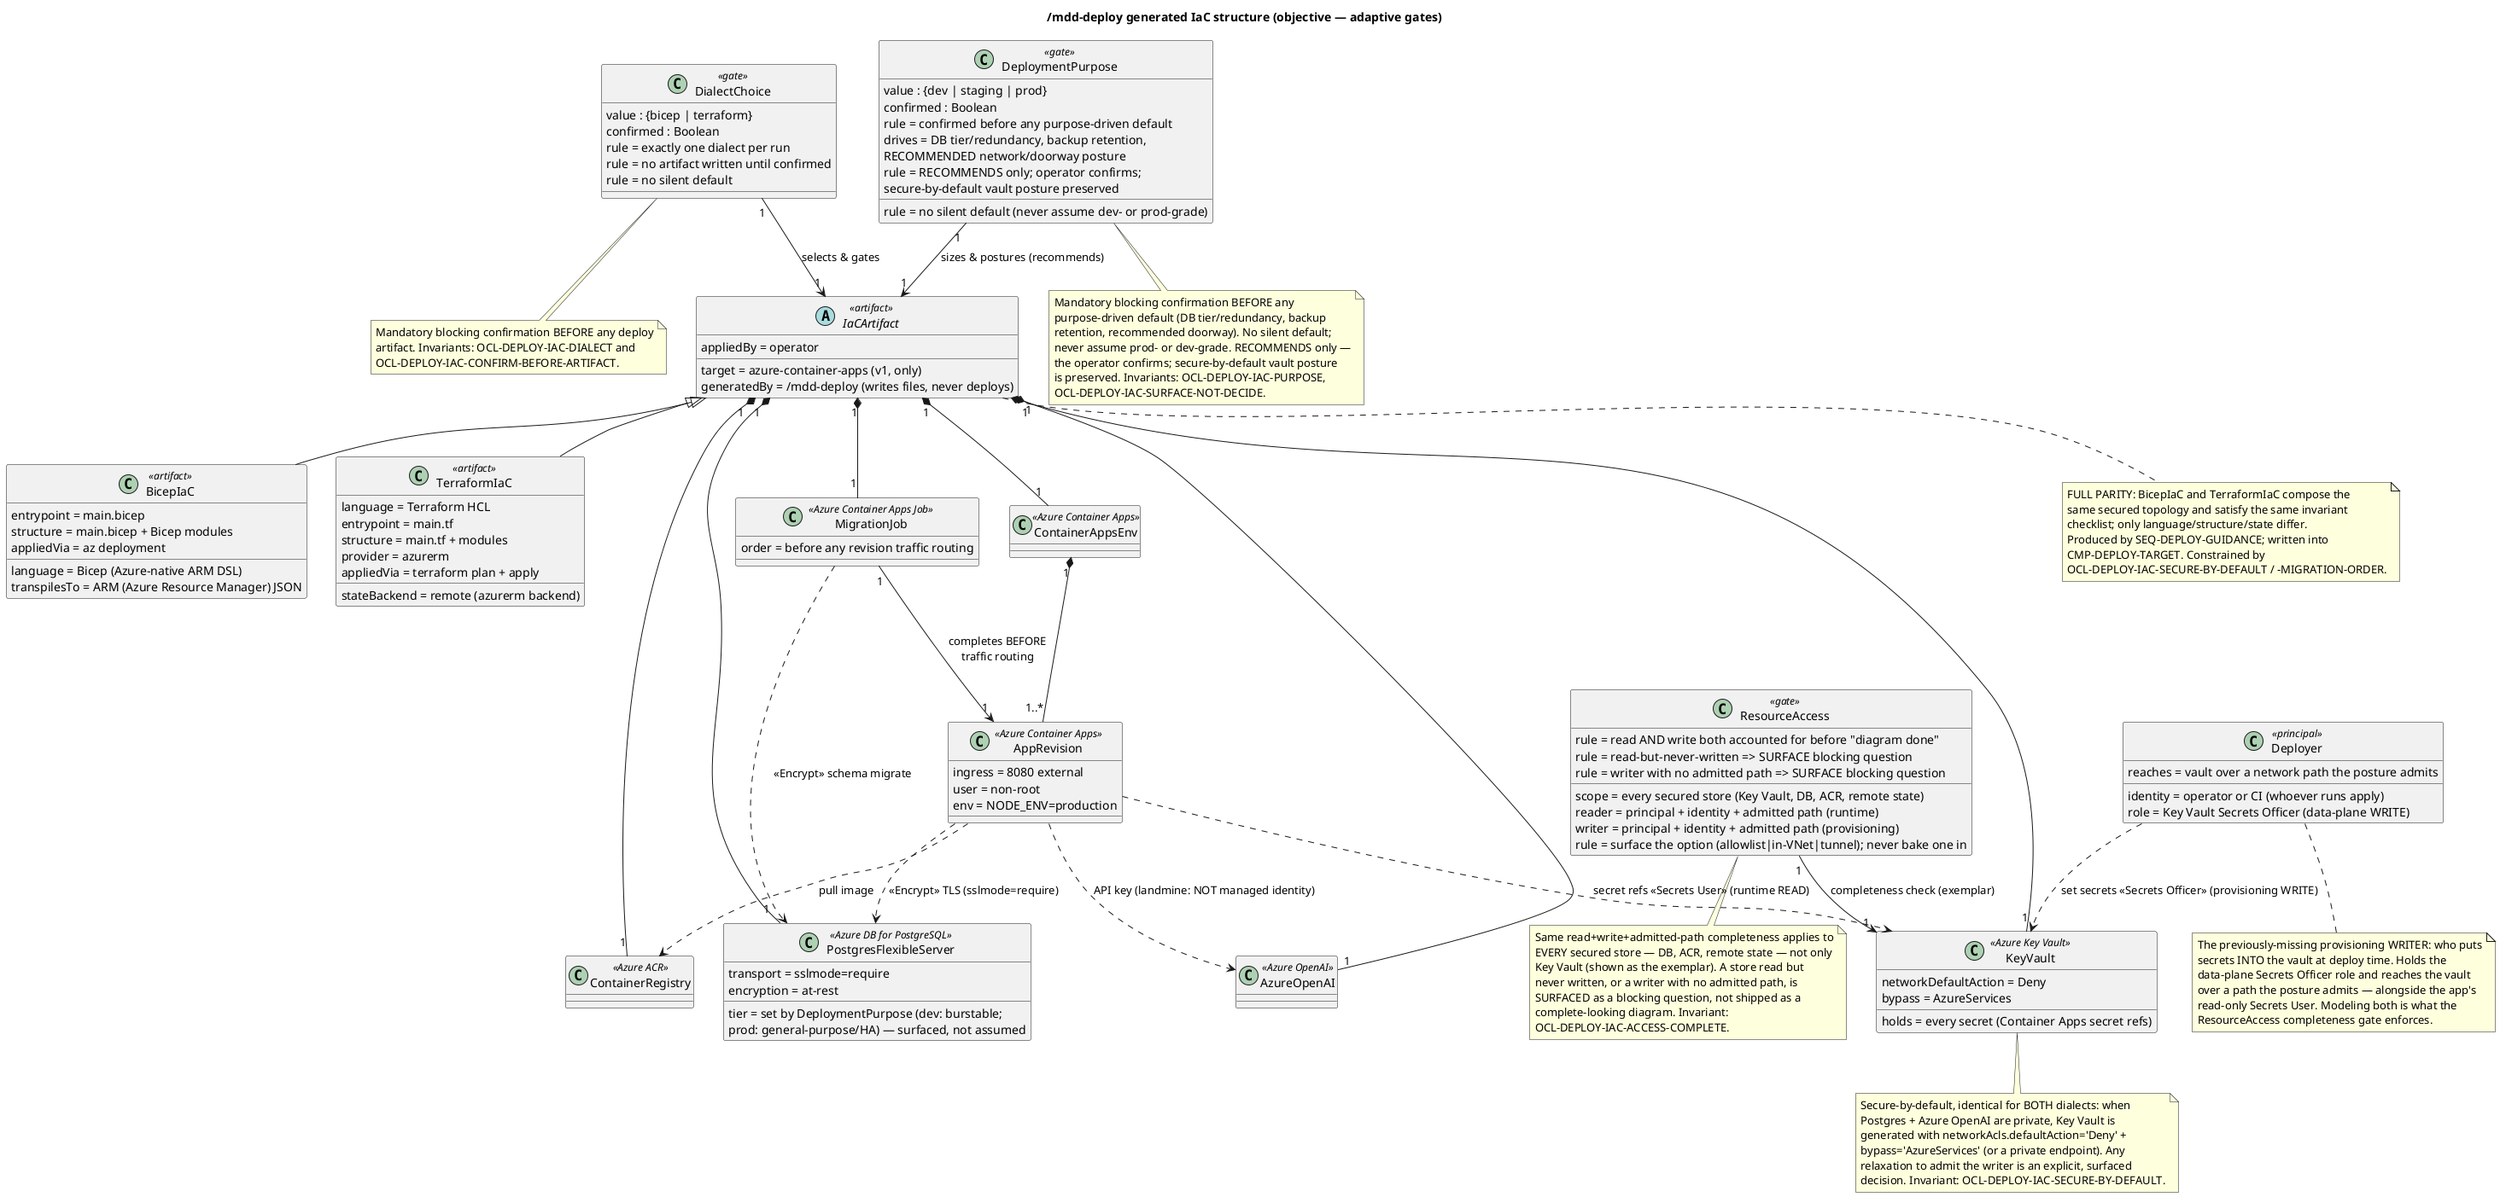
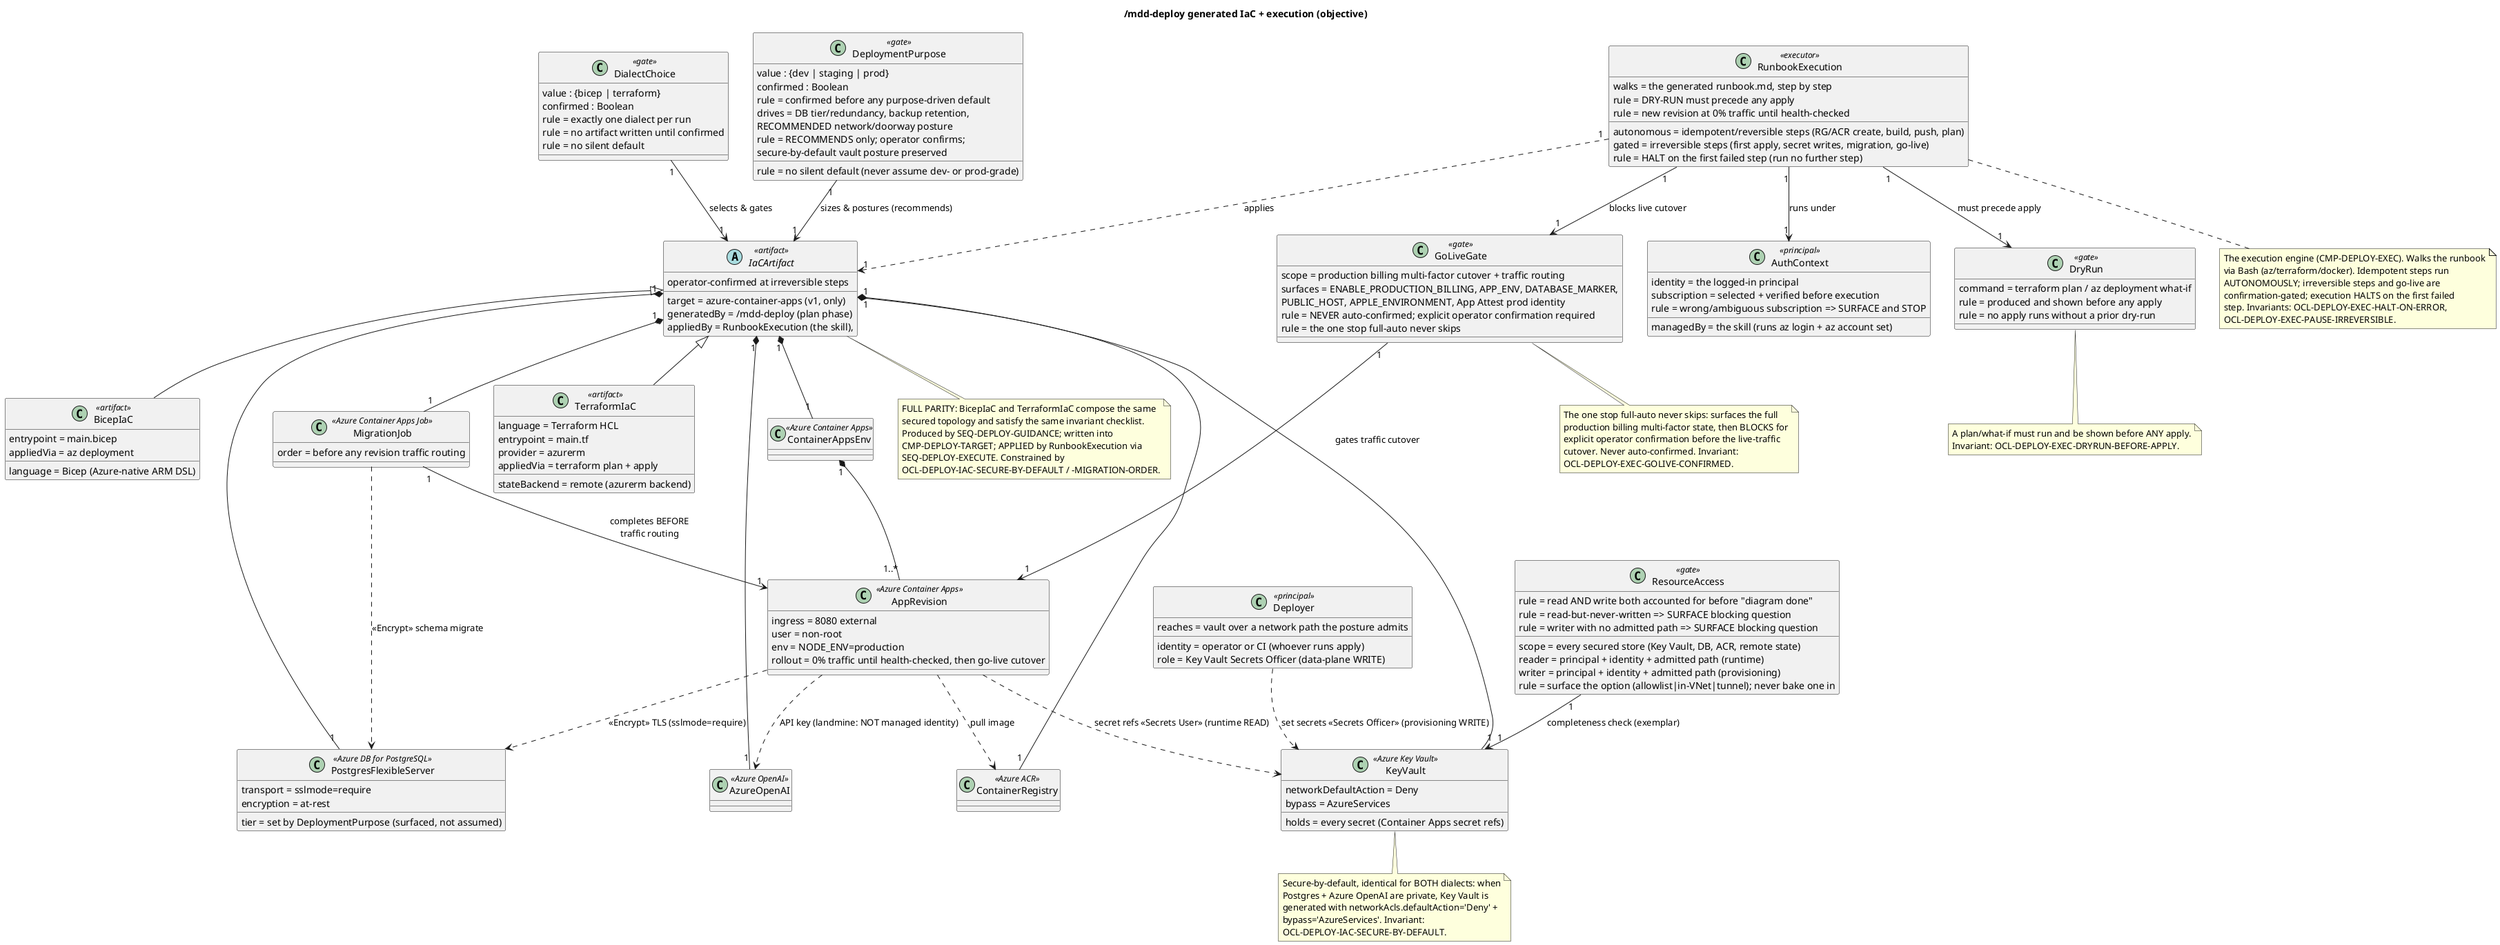
@startuml
' @id(DOM-DEPLOY-IAC)
' @ref(USE-DEPLOY-GUIDANCE)
+ ' @ref(USE-DEPLOY-EXECUTE)
'
- ' Objective-side domain model of the IaC artifact /mdd-deploy generates.
+ ' Objective-side domain model of the IaC artifact /mdd-deploy generates
+ ' AND the execution that applies it.
'
- ' CHANGE (cycle 0016): the model is made ADAPTIVE to the class of
- ' ambiguity behind the Key Vault provisioning failure and the dev-vs-prod
- ' DB-SKU mismatch. Three concepts join the dialect gate:
- '   - DeploymentPurpose <<gate>>: dev/staging/prod, confirmed before any
- '     purpose-driven default; RECOMMENDS sizing/posture, never assumes.
- '   - ResourceAccess <<gate>>: every secured store needs a named reader
- '     AND writer, each with an identity and an admitted network path,
- '     before the diagram is "done"; holes are surfaced, not shipped.
- '   - Deployer <<principal>>: the previously-missing provisioning writer,
- '     holding the data-plane write role, reaching the vault over a path
- '     the posture admits.
- ' All gates SURFACE options; they never bake in an answer. Stereotypes
- ' here are documentation-only; this file carries NO security-parity
- ' markers (/mdd-deploy is outside the parity gate). Package label is
- ' slash-free (PlantUML treats / and .. as namespace separators).
+ ' CHANGE (cycle 0021): the skill no longer writes files and stops. Four
+ ' execution concepts join the planning gates:
+ '   - RunbookExecution <<executor>>: walks the runbook; idempotent steps
+ '     run autonomously, irreversible ones are confirmation-gated; halts on
+ '     the first failed step; new revision at 0% traffic until verified.
+ '   - DryRun <<gate>>: a plan/what-if must run and be approved before any
+ '     apply (OCL-DEPLOY-EXEC-DRYRUN-BEFORE-APPLY).
+ '   - GoLiveGate <<gate>>: the production billing multi-factor cutover;
+ '     surfaces the full gate state; never auto-confirmed.
+ '   - AuthContext <<principal>>: the managed az-login identity + selected
+ '     subscription, verified before execution.
+ ' Stereotypes here are documentation-only; this file carries NO
+ ' security-parity markers (/mdd-deploy is outside the parity gate).
'
- ' @desc(DOM-DEPLOY-IAC, "Objective: /mdd-deploy generates IaC under two confirmed gates plus one completeness gate. A DialectChoice (bicep|terraform, confirmed) and a DeploymentPurpose (dev|staging|prod, confirmed) BOTH gate artifact creation with no silent default (OCL-DEPLOY-IAC-DIALECT, -CONFIRM-BEFORE-ARTIFACT, -PURPOSE). DeploymentPurpose drives DB tier/redundancy, backup retention and the RECOMMENDED network/doorway posture, but only recommends — the operator confirms and secure-by-default is preserved (OCL-DEPLOY-IAC-SURFACE-NOT-DECIDE). A ResourceAccess gate requires every secured store (Key Vault, PostgreSQL, ACR, remote state) to name a READER and a WRITER, each with an identity and a network path the posture admits, before the diagram is done; a store read-but-never-written, or a writer with no admitted path, is surfaced as a blocking question (OCL-DEPLOY-IAC-ACCESS-COMPLETE). The previously-missing Deployer principal carries the data-plane write role (Secrets Officer) reaching Key Vault over an admitted path, alongside the app's read-only Secrets User. BicepIaC and TerraformIaC still compose the identical secured topology and satisfy the same secure-by-default + migration-order invariants. The skill writes files and STOPS; it never deploys.")
- title /mdd-deploy generated IaC structure (objective — adaptive gates)
+ ' @desc(DOM-DEPLOY-IAC, "Objective: /mdd-deploy generates IaC under two confirmed gates plus one completeness gate, then EXECUTES it. A DialectChoice (bicep|terraform, confirmed) and a DeploymentPurpose (dev|staging|prod, confirmed) BOTH gate artifact creation with no silent default. DeploymentPurpose drives DB tier/redundancy, backup retention and the RECOMMENDED network/doorway posture, but only recommends (OCL-DEPLOY-IAC-SURFACE-NOT-DECIDE). A ResourceAccess gate requires every secured store to name a READER and a WRITER with admitted paths before the diagram is done (OCL-DEPLOY-IAC-ACCESS-COMPLETE). The Deployer principal carries the data-plane write role. BicepIaC and TerraformIaC compose the identical secured topology with the same secure-by-default + migration-order invariants. After planning, a RunbookExecution (under an AuthContext it manages) applies the IaC: a DryRun must precede any apply (OCL-DEPLOY-EXEC-DRYRUN-BEFORE-APPLY), idempotent steps run autonomously while irreversible ones are confirmation-gated (OCL-DEPLOY-EXEC-PAUSE-IRREVERSIBLE), execution halts on the first failed step (OCL-DEPLOY-EXEC-HALT-ON-ERROR), and the GoLiveGate blocks the live-traffic cutover until the operator confirms the full billing multi-factor state (OCL-DEPLOY-EXEC-GOLIVE-CONFIRMED).")
+ title /mdd-deploy generated IaC + execution (objective)

class DialectChoice <<gate>> {
  value : {bicep | terraform}
  confirmed : Boolean
  rule = exactly one dialect per run
  rule = no artifact written until confirmed
  rule = no silent default
}

class DeploymentPurpose <<gate>> {
  value : {dev | staging | prod}
  confirmed : Boolean
  rule = no silent default (never assume dev- or prod-grade)
  rule = confirmed before any purpose-driven default
  drives = DB tier/redundancy, backup retention,
           RECOMMENDED network/doorway posture
  rule = RECOMMENDS only; operator confirms;
         secure-by-default vault posture preserved
}

class ResourceAccess <<gate>> {
  scope = every secured store (Key Vault, DB, ACR, remote state)
  reader = principal + identity + admitted path (runtime)
  writer = principal + identity + admitted path (provisioning)
  rule = read AND write both accounted for before "diagram done"
  rule = read-but-never-written => SURFACE blocking question
  rule = writer with no admitted path => SURFACE blocking question
  rule = surface the option (allowlist|in-VNet|tunnel); never bake one in
}

class Deployer <<principal>> {
  identity = operator or CI (whoever runs apply)
  role = Key Vault Secrets Officer (data-plane WRITE)
  reaches = vault over a network path the posture admits
}

+ class AuthContext <<principal>> {
+   managedBy = the skill (runs az login + az account set)
+   identity = the logged-in principal
+   subscription = selected + verified before execution
+   rule = wrong/ambiguous subscription => SURFACE and STOP
+ }
+ 
+ class RunbookExecution <<executor>> {
+   walks = the generated runbook.md, step by step
+   autonomous = idempotent/reversible steps (RG/ACR create, build, push, plan)
+   gated = irreversible steps (first apply, secret writes, migration, go-live)
+   rule = DRY-RUN must precede any apply
+   rule = HALT on the first failed step (run no further step)
+   rule = new revision at 0% traffic until health-checked
+ }
+ 
+ class DryRun <<gate>> {
+   command = terraform plan / az deployment what-if
+   rule = produced and shown before any apply
+   rule = no apply runs without a prior dry-run
+ }
+ 
+ class GoLiveGate <<gate>> {
+   scope = production billing multi-factor cutover + traffic routing
+   surfaces = ENABLE_PRODUCTION_BILLING, APP_ENV, DATABASE_MARKER,
+              PUBLIC_HOST, APPLE_ENVIRONMENT, App Attest prod identity
+   rule = NEVER auto-confirmed; explicit operator confirmation required
+   rule = the one stop full-auto never skips
+ }
+ 
abstract class IaCArtifact <<artifact>> {
  target = azure-container-apps (v1, only)
-   generatedBy = /mdd-deploy (writes files, never deploys)
-   appliedBy = operator
+   generatedBy = /mdd-deploy (plan phase)
+   appliedBy = RunbookExecution (the skill),
+               operator-confirmed at irreversible steps
}
class BicepIaC <<artifact>> {
  language = Bicep (Azure-native ARM DSL)
  entrypoint = main.bicep
-   structure = main.bicep + Bicep modules
-   transpilesTo = ARM (Azure Resource Manager) JSON
  appliedVia = az deployment
}
class TerraformIaC <<artifact>> {
  language = Terraform HCL
  entrypoint = main.tf
-   structure = main.tf + modules
  provider = azurerm
  stateBackend = remote (azurerm backend)
  appliedVia = terraform plan + apply
}

class ContainerRegistry <<Azure ACR>>
class ContainerAppsEnv <<Azure Container Apps>>
class AppRevision <<Azure Container Apps>> {
  ingress = 8080 external
  user = non-root
  env = NODE_ENV=production
+   rollout = 0% traffic until health-checked, then go-live cutover
}
class PostgresFlexibleServer <<Azure DB for PostgreSQL>> {
  transport = sslmode=require
  encryption = at-rest
-   tier = set by DeploymentPurpose (dev: burstable;
-          prod: general-purpose/HA) — surfaced, not assumed
+   tier = set by DeploymentPurpose (surfaced, not assumed)
}
class KeyVault <<Azure Key Vault>> {
  holds = every secret (Container Apps secret refs)
  networkDefaultAction = Deny
  bypass = AzureServices
}
class AzureOpenAI <<Azure OpenAI>>
class MigrationJob <<Azure Container Apps Job>> {
  order = before any revision traffic routing
}

DialectChoice "1" --> "1" IaCArtifact : selects & gates
DeploymentPurpose "1" --> "1" IaCArtifact : sizes & postures (recommends)
IaCArtifact <|-- BicepIaC
IaCArtifact <|-- TerraformIaC
+ 
+ RunbookExecution "1" --> "1" AuthContext : runs under
+ RunbookExecution "1" --> "1" DryRun : must precede apply
+ RunbookExecution "1" --> "1" GoLiveGate : blocks live cutover
+ RunbookExecution "1" ..> "1" IaCArtifact : applies

IaCArtifact "1" *-- "1" ContainerRegistry
IaCArtifact "1" *-- "1" ContainerAppsEnv
IaCArtifact "1" *-- "1" KeyVault
IaCArtifact "1" *-- "1" PostgresFlexibleServer
IaCArtifact "1" *-- "1" AzureOpenAI
IaCArtifact "1" *-- "1" MigrationJob
ContainerAppsEnv "1" *-- "1..*" AppRevision
AppRevision ..> ContainerRegistry : pull image
AppRevision ..> KeyVault : secret refs <<Secrets User>> (runtime READ)
AppRevision ..> PostgresFlexibleServer : <<Encrypt>> TLS (sslmode=require)
AppRevision ..> AzureOpenAI : API key (landmine: NOT managed identity)
MigrationJob ..> PostgresFlexibleServer : <<Encrypt>> schema migrate
MigrationJob "1" --> "1" AppRevision : completes BEFORE\ntraffic routing

Deployer ..> KeyVault : set secrets <<Secrets Officer>> (provisioning WRITE)
ResourceAccess "1" --> "1" KeyVault : completeness check (exemplar)
+ GoLiveGate "1" --> "1" AppRevision : gates traffic cutover

- note bottom of DialectChoice
-   Mandatory blocking confirmation BEFORE any deploy
-   artifact. Invariants: OCL-DEPLOY-IAC-DIALECT and
-   OCL-DEPLOY-IAC-CONFIRM-BEFORE-ARTIFACT.
+ note bottom of RunbookExecution
+   The execution engine (CMP-DEPLOY-EXEC). Walks the runbook
+   via Bash (az/terraform/docker). Idempotent steps run
+   AUTONOMOUSLY; irreversible steps and go-live are
+   confirmation-gated; execution HALTS on the first failed
+   step. Invariants: OCL-DEPLOY-EXEC-HALT-ON-ERROR,
+   OCL-DEPLOY-EXEC-PAUSE-IRREVERSIBLE.
end note

- note bottom of DeploymentPurpose
-   Mandatory blocking confirmation BEFORE any
-   purpose-driven default (DB tier/redundancy, backup
-   retention, recommended doorway). No silent default;
-   never assume prod- or dev-grade. RECOMMENDS only —
-   the operator confirms; secure-by-default vault posture
-   is preserved. Invariants: OCL-DEPLOY-IAC-PURPOSE,
-   OCL-DEPLOY-IAC-SURFACE-NOT-DECIDE.
+ note bottom of DryRun
+   A plan/what-if must run and be shown before ANY apply.
+   Invariant: OCL-DEPLOY-EXEC-DRYRUN-BEFORE-APPLY.
end note

- note bottom of ResourceAccess
-   Same read+write+admitted-path completeness applies to
-   EVERY secured store — DB, ACR, remote state — not only
-   Key Vault (shown as the exemplar). A store read but
-   never written, or a writer with no admitted path, is
-   SURFACED as a blocking question, not shipped as a
-   complete-looking diagram. Invariant:
-   OCL-DEPLOY-IAC-ACCESS-COMPLETE.
- end note
- 
- note bottom of Deployer
-   The previously-missing provisioning WRITER: who puts
-   secrets INTO the vault at deploy time. Holds the
-   data-plane Secrets Officer role and reaches the vault
-   over a path the posture admits — alongside the app's
-   read-only Secrets User. Modeling both is what the
-   ResourceAccess completeness gate enforces.
+ note bottom of GoLiveGate
+   The one stop full-auto never skips: surfaces the full
+   production billing multi-factor state, then BLOCKS for
+   explicit operator confirmation before the live-traffic
+   cutover. Never auto-confirmed. Invariant:
+   OCL-DEPLOY-EXEC-GOLIVE-CONFIRMED.
end note

note bottom of KeyVault
  Secure-by-default, identical for BOTH dialects: when
  Postgres + Azure OpenAI are private, Key Vault is
  generated with networkAcls.defaultAction='Deny' +
-   bypass='AzureServices' (or a private endpoint). Any
-   relaxation to admit the writer is an explicit, surfaced
-   decision. Invariant: OCL-DEPLOY-IAC-SECURE-BY-DEFAULT.
+   bypass='AzureServices'. Invariant:
+   OCL-DEPLOY-IAC-SECURE-BY-DEFAULT.
end note

note bottom of IaCArtifact
-   FULL PARITY: BicepIaC and TerraformIaC compose the
-   same secured topology and satisfy the same invariant
-   checklist; only language/structure/state differ.
+   FULL PARITY: BicepIaC and TerraformIaC compose the same
+   secured topology and satisfy the same invariant checklist.
  Produced by SEQ-DEPLOY-GUIDANCE; written into
-   CMP-DEPLOY-TARGET. Constrained by
+   CMP-DEPLOY-TARGET; APPLIED by RunbookExecution via
+   SEQ-DEPLOY-EXECUTE. Constrained by
  OCL-DEPLOY-IAC-SECURE-BY-DEFAULT / -MIGRATION-ORDER.
end note
@enduml
